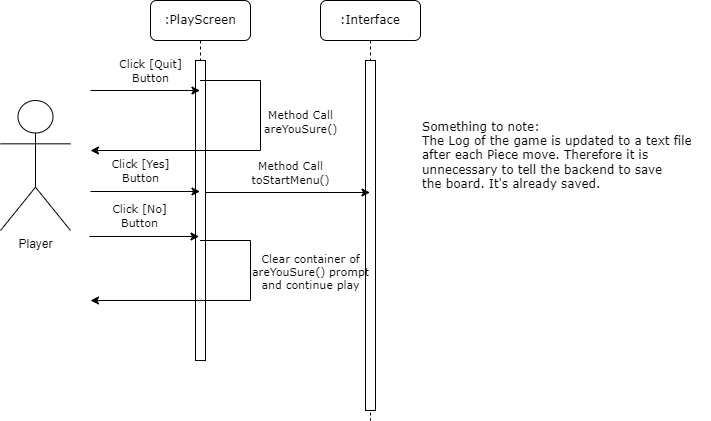
This is dev/diagrams/Sequence Diagram UC 2.0.png from Skadoot/GP9, a draw.io export, as it was before one commit. Source tidied: cells renumbered, new cells last; positions are measured from the earlier drawing's top-left corner, leaving out a move shared by most shapes. Its diagram source:
```xml
<mxGraphModel>
  <root>
    <mxCell id="0" />
    <mxCell id="1" parent="0" />
    <mxCell id="2" value=":Interface" style="shape=umlLifeline;perimeter=lifelinePerimeter;whiteSpace=wrap;html=1;rounded=1;shadow=0;comic=0;labelBackgroundColor=none;strokeWidth=1;fontFamily=Verdana;fontSize=12;align=center;" parent="1" vertex="1">
      <mxGeometry x="320" width="100" height="420" as="geometry" />
    </mxCell>
    <mxCell id="3" style="html=1;perimeter=orthogonalPerimeter;rounded=0;shadow=0;comic=0;labelBackgroundColor=none;strokeWidth=1;fontFamily=Verdana;fontSize=12;align=center;" parent="2" vertex="1">
      <mxGeometry x="45" y="60" width="10" height="350" as="geometry" />
    </mxCell>
    <mxCell id="4" value=":PlayScreen" style="shape=umlLifeline;perimeter=lifelinePerimeter;whiteSpace=wrap;html=1;outlineConnect=0;rounded=1;shadow=0;comic=0;labelBackgroundColor=none;strokeWidth=1;fontFamily=Verdana;fontSize=12;align=center;" parent="1" vertex="1">
      <mxGeometry x="150" width="100" height="360" as="geometry" />
    </mxCell>
    <mxCell id="5" style="html=1;perimeter=orthogonalPerimeter;rounded=0;shadow=0;comic=0;labelBackgroundColor=none;strokeWidth=1;fontFamily=Verdana;fontSize=12;align=center;" parent="4" vertex="1">
      <mxGeometry x="45" y="60" width="10" height="300" as="geometry" />
    </mxCell>
    <mxCell id="6" value="Method Call&lt;br&gt;areYouSure()" style="endArrow=classic;html=1;rounded=0;labelBackgroundColor=none;fontFamily=Verdana;" parent="4" edge="1" source="4">
      <mxGeometry x="-0.33" y="40" relative="1" as="geometry">
        <mxPoint x="-60" y="150" as="targetPoint" />
        <Array as="points">
          <mxPoint x="110" y="80" />
          <mxPoint x="110" y="150" />
        </Array>
      </mxGeometry>
    </mxCell>
    <mxCell id="7" value="Click [Yes]&lt;br&gt;Button" style="endArrow=classic;html=1;rounded=0;labelBackgroundColor=none;fontFamily=Verdana;" parent="4" edge="1">
      <mxGeometry x="-0.09" y="21" relative="1" as="geometry">
        <mxPoint x="-60" y="191" as="sourcePoint" />
        <mxPoint x="49.5" y="191" as="targetPoint" />
      </mxGeometry>
    </mxCell>
    <mxCell id="8" value="Player" style="shape=umlActor;verticalLabelPosition=bottom;verticalAlign=top;html=1;" parent="1" vertex="1">
      <mxGeometry y="100" width="70" height="130" as="geometry" />
    </mxCell>
    <mxCell id="9" value="Click [Quit]&lt;br&gt;Button" style="endArrow=classic;html=1;rounded=0;labelBackgroundColor=none;fontFamily=Verdana;" parent="1" edge="1" target="4">
      <mxGeometry x="0.1" y="20" relative="1" as="geometry">
        <mxPoint x="90" y="90" as="sourcePoint" />
      </mxGeometry>
    </mxCell>
    <mxCell id="10" value="Click [No]&lt;br&gt;Button" style="endArrow=classic;html=1;rounded=0;labelBackgroundColor=none;fontFamily=Verdana;" parent="1" edge="1">
      <mxGeometry x="-0.09" y="21" relative="1" as="geometry">
        <mxPoint x="89" y="236" as="sourcePoint" />
        <mxPoint x="198.5" y="236" as="targetPoint" />
      </mxGeometry>
    </mxCell>
    <mxCell id="11" value="Method Call&lt;br&gt;toStartMenu()" style="endArrow=classic;html=1;rounded=0;labelBackgroundColor=none;fontFamily=Verdana;" parent="1" edge="1">
      <mxGeometry x="0.03" y="20" relative="1" as="geometry">
        <mxPoint x="205" y="192" as="sourcePoint" />
        <mxPoint x="369.5" y="192" as="targetPoint" />
      </mxGeometry>
    </mxCell>
    <mxCell id="12" value="Clear container of&lt;br&gt;areYouSure() prompt&lt;br&gt;and continue play" style="endArrow=classic;html=1;rounded=0;labelBackgroundColor=none;fontFamily=Verdana;" parent="1" edge="1" source="4">
      <mxGeometry x="-0.4" y="60" relative="1" as="geometry">
        <mxPoint x="90" y="300" as="targetPoint" />
        <Array as="points">
          <mxPoint x="250" y="240" />
          <mxPoint x="250" y="300" />
        </Array>
      </mxGeometry>
    </mxCell>
    <mxCell id="13" value="Something to note:&lt;br&gt;The Log of the game is updated to a text file&lt;br&gt;&lt;div style=&quot;&quot;&gt;&lt;span style=&quot;background-color: initial;&quot;&gt;after each Piece move. Therefore it is&lt;/span&gt;&lt;/div&gt;&lt;div style=&quot;&quot;&gt;&lt;span style=&quot;background-color: initial;&quot;&gt;unnecessary to tell the backend to save&lt;/span&gt;&lt;/div&gt;&lt;div style=&quot;&quot;&gt;&lt;span style=&quot;background-color: initial;&quot;&gt;the board. It's already saved.&lt;/span&gt;&lt;/div&gt;" style="text;html=1;align=left;verticalAlign=middle;strokeColor=none;fillColor=none;fontFamily=Verdana;" parent="1" vertex="1">
      <mxGeometry x="420" y="110" width="290" height="90" as="geometry" />
    </mxCell>
  </root>
</mxGraphModel>
```
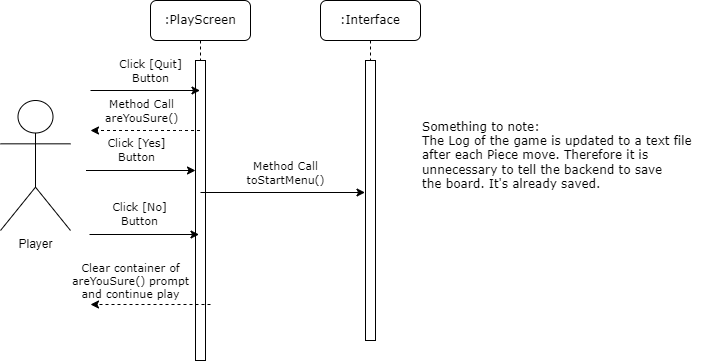
The same file after the commit.

What changed in the source:
```diff
@@ -3,10 +3,10 @@
     <mxCell id="0" />
     <mxCell id="1" parent="0" />
     <mxCell id="2" value=":Interface" style="shape=umlLifeline;perimeter=lifelinePerimeter;whiteSpace=wrap;html=1;rounded=1;shadow=0;comic=0;labelBackgroundColor=none;strokeWidth=1;fontFamily=Verdana;fontSize=12;align=center;" parent="1" vertex="1">
-      <mxGeometry x="320" width="100" height="420" as="geometry" />
+      <mxGeometry x="320" width="100" height="340" as="geometry" />
     </mxCell>
     <mxCell id="3" style="html=1;perimeter=orthogonalPerimeter;rounded=0;shadow=0;comic=0;labelBackgroundColor=none;strokeWidth=1;fontFamily=Verdana;fontSize=12;align=center;" parent="2" vertex="1">
-      <mxGeometry x="45" y="60" width="10" height="350" as="geometry" />
+      <mxGeometry x="45" y="60" width="10" height="280" as="geometry" />
     </mxCell>
     <mxCell id="4" value=":PlayScreen" style="shape=umlLifeline;perimeter=lifelinePerimeter;whiteSpace=wrap;html=1;outlineConnect=0;rounded=1;shadow=0;comic=0;labelBackgroundColor=none;strokeWidth=1;fontFamily=Verdana;fontSize=12;align=center;" parent="1" vertex="1">
       <mxGeometry x="150" width="100" height="360" as="geometry" />
@@ -14,19 +14,22 @@
     <mxCell id="5" style="html=1;perimeter=orthogonalPerimeter;rounded=0;shadow=0;comic=0;labelBackgroundColor=none;strokeWidth=1;fontFamily=Verdana;fontSize=12;align=center;" parent="4" vertex="1">
       <mxGeometry x="45" y="60" width="10" height="300" as="geometry" />
     </mxCell>
-    <mxCell id="6" value="Method Call&lt;br&gt;areYouSure()" style="endArrow=classic;html=1;rounded=0;labelBackgroundColor=none;fontFamily=Verdana;" parent="4" edge="1" source="4">
-      <mxGeometry x="-0.33" y="40" relative="1" as="geometry">
-        <mxPoint x="-60" y="150" as="targetPoint" />
+    <mxCell id="6" value="Method Call&lt;br&gt;areYouSure()" style="endArrow=classic;html=1;rounded=0;labelBackgroundColor=none;fontFamily=Verdana;dashed=1;" parent="4" edge="1" source="4">
+      <mxGeometry x="0.09" y="-20" relative="1" as="geometry">
+        <mxPoint x="-60" y="130" as="targetPoint" />
         <Array as="points">
-          <mxPoint x="110" y="80" />
-          <mxPoint x="110" y="150" />
+          <mxPoint x="30" y="130" />
+          <mxPoint x="10" y="130" />
+          <mxPoint y="130" />
+          <mxPoint x="-20" y="130" />
         </Array>
+        <mxPoint x="1" as="offset" />
       </mxGeometry>
     </mxCell>
     <mxCell id="7" value="Click [Yes]&lt;br&gt;Button" style="endArrow=classic;html=1;rounded=0;labelBackgroundColor=none;fontFamily=Verdana;" parent="4" edge="1">
       <mxGeometry x="-0.09" y="21" relative="1" as="geometry">
-        <mxPoint x="-60" y="191" as="sourcePoint" />
-        <mxPoint x="49.5" y="191" as="targetPoint" />
+        <mxPoint x="-64.5" y="170" as="sourcePoint" />
+        <mxPoint x="45" y="170" as="targetPoint" />
       </mxGeometry>
     </mxCell>
     <mxCell id="8" value="Player" style="shape=umlActor;verticalLabelPosition=bottom;verticalAlign=top;html=1;" parent="1" vertex="1">
@@ -39,22 +42,22 @@
     </mxCell>
     <mxCell id="10" value="Click [No]&lt;br&gt;Button" style="endArrow=classic;html=1;rounded=0;labelBackgroundColor=none;fontFamily=Verdana;" parent="1" edge="1">
       <mxGeometry x="-0.09" y="21" relative="1" as="geometry">
-        <mxPoint x="89" y="236" as="sourcePoint" />
-        <mxPoint x="198.5" y="236" as="targetPoint" />
+        <mxPoint x="89" y="234" as="sourcePoint" />
+        <mxPoint x="198.5" y="234" as="targetPoint" />
       </mxGeometry>
     </mxCell>
     <mxCell id="11" value="Method Call&lt;br&gt;toStartMenu()" style="endArrow=classic;html=1;rounded=0;labelBackgroundColor=none;fontFamily=Verdana;" parent="1" edge="1">
       <mxGeometry x="0.03" y="20" relative="1" as="geometry">
-        <mxPoint x="205" y="192" as="sourcePoint" />
-        <mxPoint x="369.5" y="192" as="targetPoint" />
+        <mxPoint x="200" y="192" as="sourcePoint" />
+        <mxPoint x="364.5" y="192" as="targetPoint" />
       </mxGeometry>
     </mxCell>
-    <mxCell id="12" value="Clear container of&lt;br&gt;areYouSure() prompt&lt;br&gt;and continue play" style="endArrow=classic;html=1;rounded=0;labelBackgroundColor=none;fontFamily=Verdana;" parent="1" edge="1" source="4">
-      <mxGeometry x="-0.4" y="60" relative="1" as="geometry">
-        <mxPoint x="90" y="300" as="targetPoint" />
+    <mxCell id="12" value="Clear container of&lt;br&gt;areYouSure() prompt&lt;br&gt;and continue play" style="endArrow=classic;html=1;rounded=0;labelBackgroundColor=none;fontFamily=Verdana;dashed=1;" parent="1" edge="1">
+      <mxGeometry x="0.33" y="-24" relative="1" as="geometry">
+        <mxPoint x="210" y="304" as="sourcePoint" />
+        <mxPoint x="90" y="304" as="targetPoint" />
         <Array as="points">
-          <mxPoint x="250" y="240" />
-          <mxPoint x="250" y="300" />
+          <mxPoint x="210" y="304" />
         </Array>
       </mxGeometry>
     </mxCell>
```
